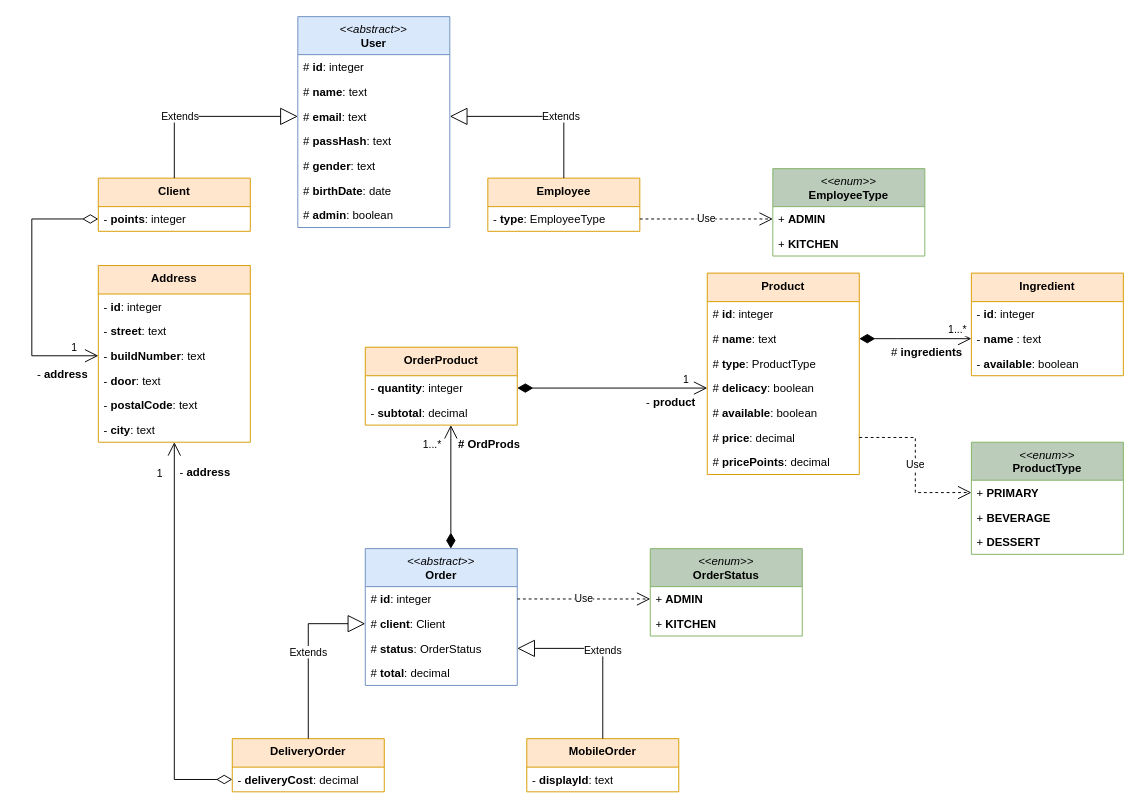
Joaquim-Claudio/MyPastry_PROJETO-WEB-2023-2024 keeps this draw.io diagram as editables/data-models-mypastry-P.D.W.drawio. Above is the earlier version. Source tidied: cells renumbered, new cells numbered last; positions are measured from the earlier drawing's top-left corner, leaving out a move shared by most shapes. Both pictures are drawn from the tidied source at 95%, with x=0, y=0 at pixel (31, 16).
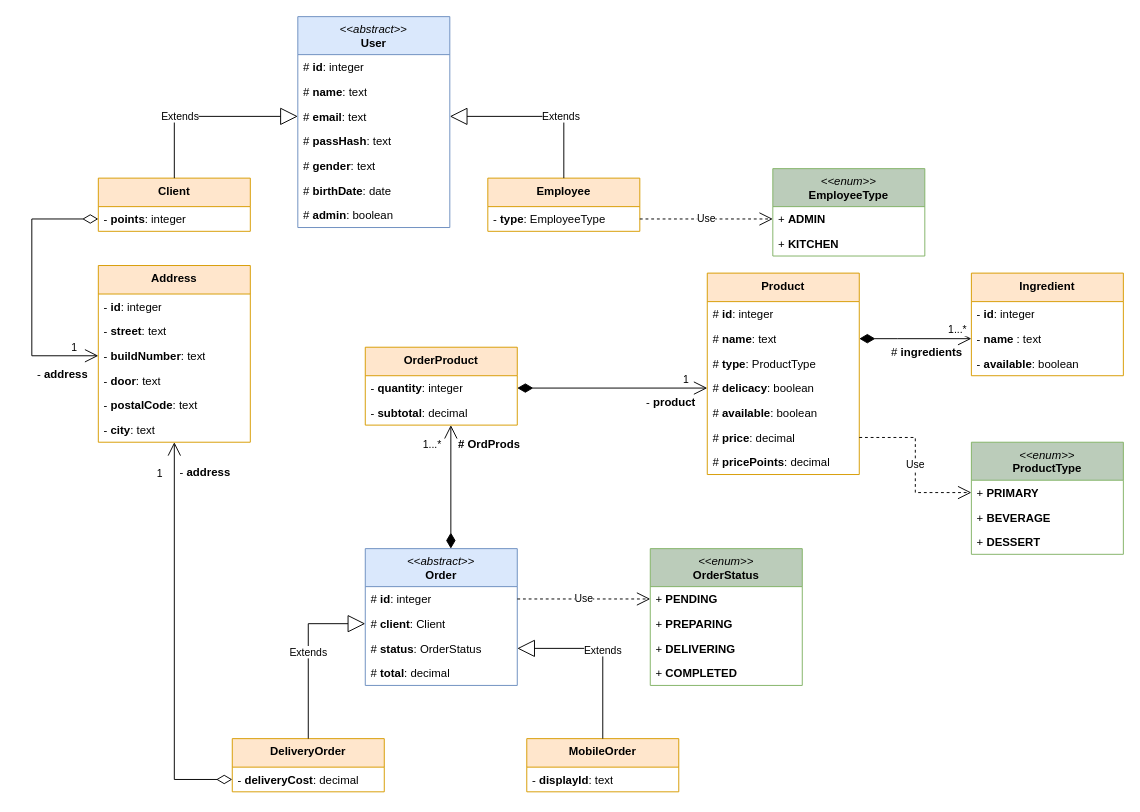
Above is the later version.

Change to the diagram source:
```diff
@@
     <mxCell id="24" value="&lt;div&gt;&lt;i style=&quot;font-weight: normal;&quot;&gt;&amp;lt;&amp;lt;enum&amp;gt;&amp;gt;&lt;/i&gt;&lt;/div&gt;OrderStatus" style="swimlane;fontStyle=1;align=center;verticalAlign=top;horizontal=1;startSize=40;whiteSpace=wrap;html=1;fillColor=#BBCCBA;strokeColor=#82b366;" parent="1" vertex="1">
-      <mxGeometry x="651" y="560" width="160" height="92" as="geometry" />
+      <mxGeometry x="651" y="560" width="160" height="144" as="geometry" />
     </mxCell>
-    <mxCell id="25" value="+ &lt;b&gt;ADMIN&lt;/b&gt;" style="text;strokeColor=none;fillColor=none;align=left;verticalAlign=top;spacingLeft=4;spacingRight=4;overflow=hidden;points=[[0,0.5],[1,0.5]];portConstraint=eastwest;whiteSpace=wrap;html=1;" parent="24" vertex="1">
+    <mxCell id="25" value="+ &lt;b&gt;PENDING&lt;/b&gt;" style="text;strokeColor=none;fillColor=none;align=left;verticalAlign=top;spacingLeft=4;spacingRight=4;overflow=hidden;points=[[0,0.5],[1,0.5]];portConstraint=eastwest;whiteSpace=wrap;html=1;" parent="24" vertex="1">
       <mxGeometry y="40" width="160" height="26" as="geometry" />
     </mxCell>
-    <mxCell id="26" value="+ &lt;b&gt;KITCHEN&lt;/b&gt;" style="text;strokeColor=none;fillColor=none;align=left;verticalAlign=top;spacingLeft=4;spacingRight=4;overflow=hidden;whiteSpace=wrap;html=1;" parent="24" vertex="1">
+    <mxCell id="26" value="+ &lt;b&gt;PREPARING&lt;/b&gt;" style="text;strokeColor=none;fillColor=none;align=left;verticalAlign=top;spacingLeft=4;spacingRight=4;overflow=hidden;whiteSpace=wrap;html=1;" parent="24" vertex="1">
       <mxGeometry y="66" width="160" height="26" as="geometry" />
     </mxCell>
+    <mxCell id="72" value="+ &lt;b&gt;DELIVERING&lt;/b&gt;" style="text;strokeColor=none;fillColor=none;align=left;verticalAlign=top;spacingLeft=4;spacingRight=4;overflow=hidden;whiteSpace=wrap;html=1;" parent="24" vertex="1">
+      <mxGeometry y="92" width="160" height="26" as="geometry" />
+    </mxCell>
+    <mxCell id="73" value="+ &lt;b&gt;COMPLETED&lt;/b&gt;" style="text;strokeColor=none;fillColor=none;align=left;verticalAlign=top;spacingLeft=4;spacingRight=4;overflow=hidden;whiteSpace=wrap;html=1;" parent="24" vertex="1">
+      <mxGeometry y="118" width="160" height="26" as="geometry" />
+    </mxCell>
```
